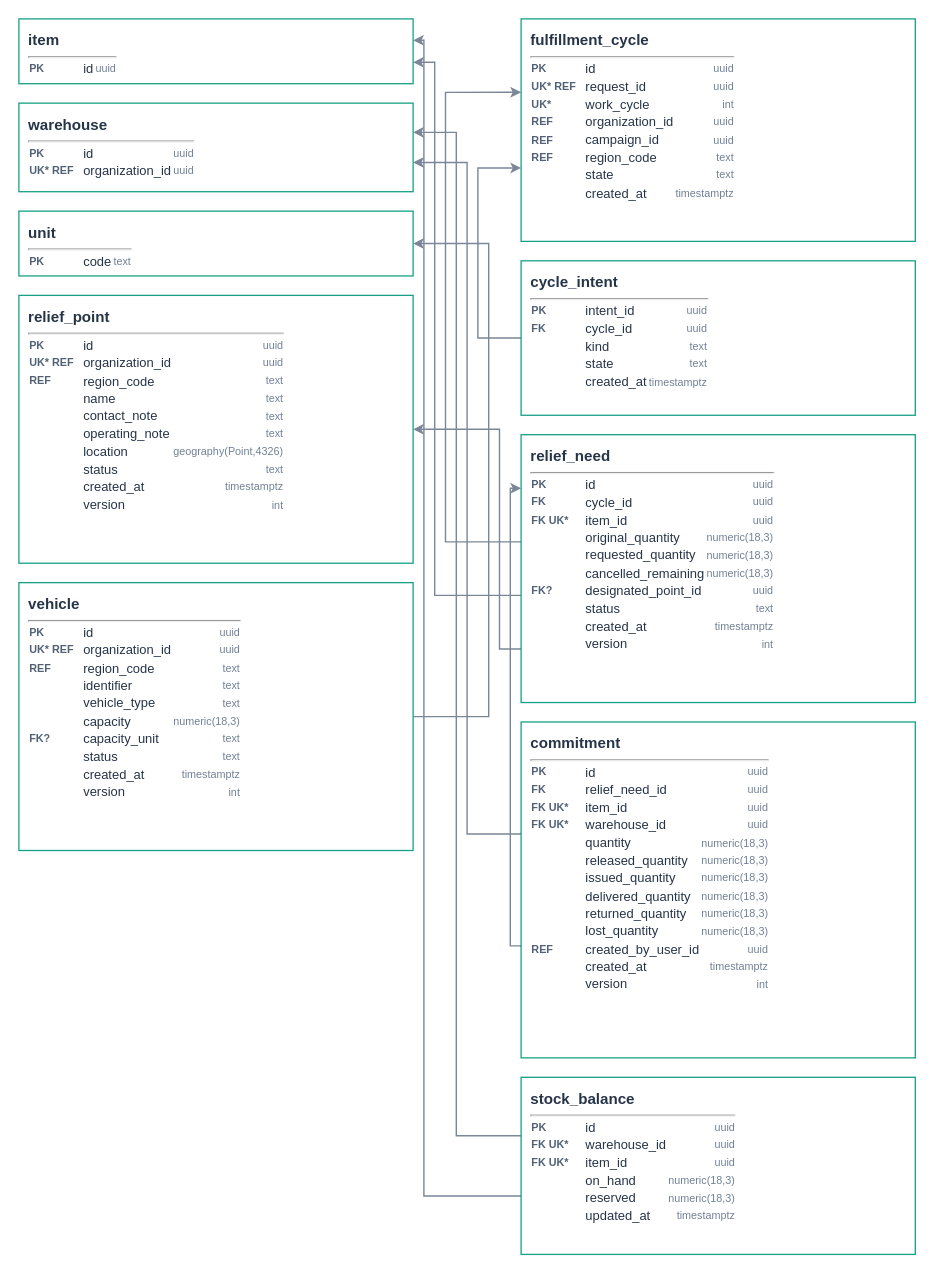
Above: docs/diagrams/erd/c48-erd-logistics-fulfillment.drawio in sangvirgo/disaster-relief-management (draw.io), before the change. Source tidied: cells renumbered, new cells numbered last; positions are measured from the earlier drawing's top-left corner, leaving out a move shared by most shapes. Both pictures are drawn from the tidied source at 108%, with x=0, y=0 at pixel (18, 18).
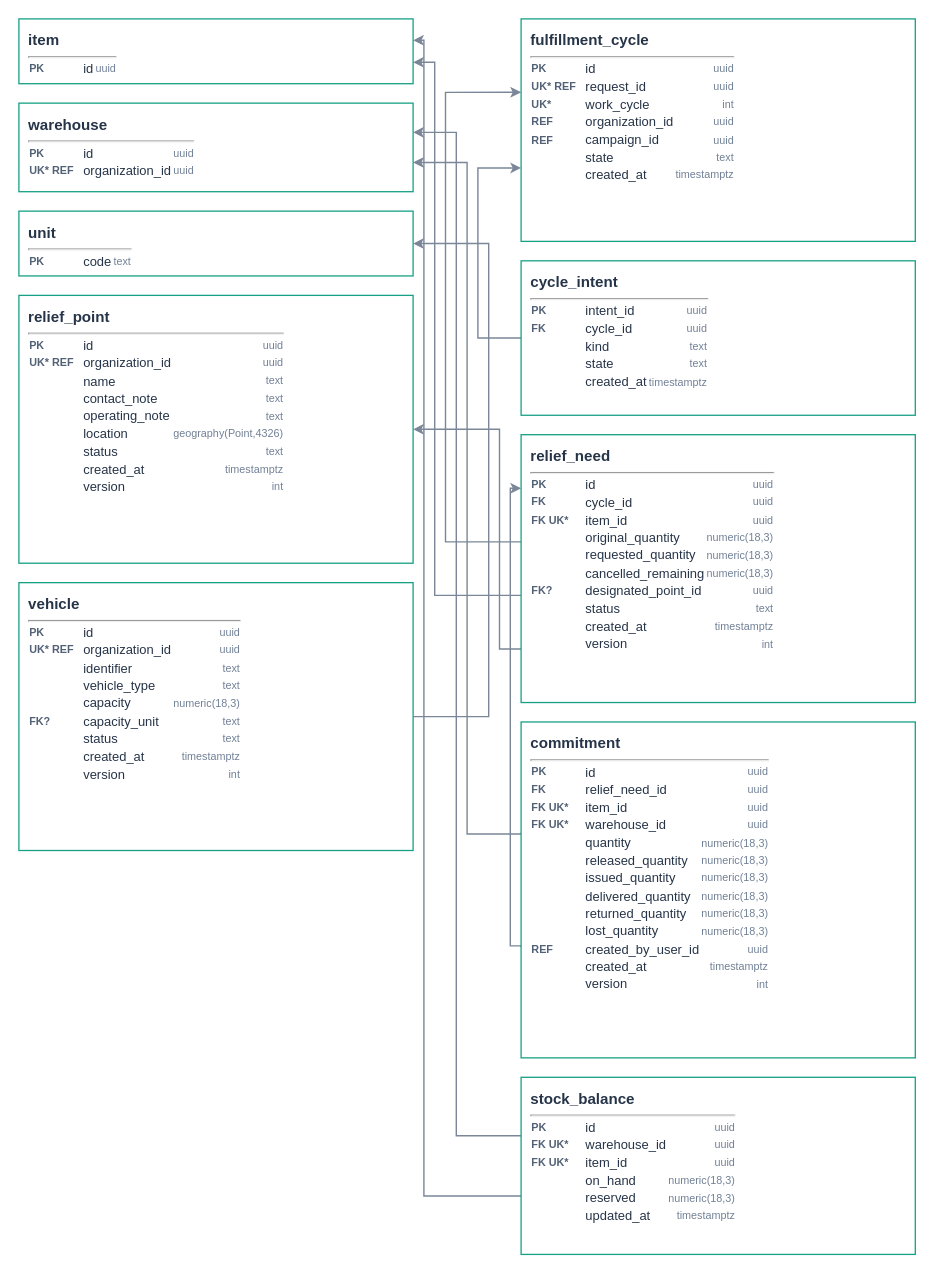
After the change.

The edit, as a diff of the source:
```diff
@@
-    <mxCell id="14" value="&lt;div style='font-weight:bold;font-size:14px;padding-bottom:4px'&gt;fulfillment_cycle&lt;/div&gt;&lt;hr style='margin:2px 0'/&gt;&lt;table style='width:100%;border-collapse:collapse'&gt;&lt;tr&gt;&lt;td style='width:48px;color:#526176;font-size:10px;font-weight:bold'&gt;PK&lt;/td&gt;&lt;td style='font-size:12px'&gt;id&lt;/td&gt;&lt;td style='text-align:right;color:#718096;font-size:10px'&gt;uuid&lt;/td&gt;&lt;/tr&gt;&lt;tr&gt;&lt;td style='width:48px;color:#526176;font-size:10px;font-weight:bold'&gt;UK* REF&lt;/td&gt;&lt;td style='font-size:12px'&gt;request_id&lt;/td&gt;&lt;td style='text-align:right;color:#718096;font-size:10px'&gt;uuid&lt;/td&gt;&lt;/tr&gt;&lt;tr&gt;&lt;td style='width:48px;color:#526176;font-size:10px;font-weight:bold'&gt;UK*&lt;/td&gt;&lt;td style='font-size:12px'&gt;work_cycle&lt;/td&gt;&lt;td style='text-align:right;color:#718096;font-size:10px'&gt;int&lt;/td&gt;&lt;/tr&gt;&lt;tr&gt;&lt;td style='width:48px;color:#526176;font-size:10px;font-weight:bold'&gt;REF&lt;/td&gt;&lt;td style='font-size:12px'&gt;organization_id&lt;/td&gt;&lt;td style='text-align:right;color:#718096;font-size:10px'&gt;uuid&lt;/td&gt;&lt;/tr&gt;&lt;tr&gt;&lt;td style='width:48px;color:#526176;font-size:10px;font-weight:bold'&gt;REF&lt;/td&gt;&lt;td style='font-size:12px'&gt;campaign_id&lt;/td&gt;&lt;td style='text-align:right;color:#718096;font-size:10px'&gt;uuid&lt;/td&gt;&lt;/tr&gt;&lt;tr&gt;&lt;td style='width:48px;color:#526176;font-size:10px;font-weight:bold'&gt;REF&lt;/td&gt;&lt;td style='font-size:12px'&gt;region_code&lt;/td&gt;&lt;td style='text-align:right;color:#718096;font-size:10px'&gt;text&lt;/td&gt;&lt;/tr&gt;&lt;tr&gt;&lt;td style='width:48px;color:#526176;font-size:10px;font-weight:bold'&gt;&lt;/td&gt;&lt;td style='font-size:12px'&gt;state&lt;/td&gt;&lt;td style='text-align:right;color:#718096;font-size:10px'&gt;text&lt;/td&gt;&lt;/tr&gt;&lt;tr&gt;&lt;td style='width:48px;color:#526176;font-size:10px;font-weight:bold'&gt;&lt;/td&gt;&lt;td style='font-size:12px'&gt;created_at&lt;/td&gt;&lt;td style='text-align:right;color:#718096;font-size:10px'&gt;timestamptz&lt;/td&gt;&lt;/tr&gt;&lt;/table&gt;" style="rounded=0;whiteSpace=wrap;html=1;align=left;verticalAlign=top;spacingLeft=7;spacingRight=7;spacingTop=5;overflow=hidden;fillColor=#FFFFFF;strokeColor=#16A085;strokeWidth=1.2;fontColor=#263448;fontSize=12;" parent="1" vertex="1">
+    <mxCell id="14" value="&lt;div style='font-weight:bold;font-size:14px;padding-bottom:4px'&gt;fulfillment_cycle&lt;/div&gt;&lt;hr style='margin:2px 0'/&gt;&lt;table style='width:100%;border-collapse:collapse'&gt;&lt;tr&gt;&lt;td style='width:48px;color:#526176;font-size:10px;font-weight:bold'&gt;PK&lt;/td&gt;&lt;td style='font-size:12px'&gt;id&lt;/td&gt;&lt;td style='text-align:right;color:#718096;font-size:10px'&gt;uuid&lt;/td&gt;&lt;/tr&gt;&lt;tr&gt;&lt;td style='width:48px;color:#526176;font-size:10px;font-weight:bold'&gt;UK* REF&lt;/td&gt;&lt;td style='font-size:12px'&gt;request_id&lt;/td&gt;&lt;td style='text-align:right;color:#718096;font-size:10px'&gt;uuid&lt;/td&gt;&lt;/tr&gt;&lt;tr&gt;&lt;td style='width:48px;color:#526176;font-size:10px;font-weight:bold'&gt;UK*&lt;/td&gt;&lt;td style='font-size:12px'&gt;work_cycle&lt;/td&gt;&lt;td style='text-align:right;color:#718096;font-size:10px'&gt;int&lt;/td&gt;&lt;/tr&gt;&lt;tr&gt;&lt;td style='width:48px;color:#526176;font-size:10px;font-weight:bold'&gt;REF&lt;/td&gt;&lt;td style='font-size:12px'&gt;organization_id&lt;/td&gt;&lt;td style='text-align:right;color:#718096;font-size:10px'&gt;uuid&lt;/td&gt;&lt;/tr&gt;&lt;tr&gt;&lt;td style='width:48px;color:#526176;font-size:10px;font-weight:bold'&gt;REF&lt;/td&gt;&lt;td style='font-size:12px'&gt;campaign_id&lt;/td&gt;&lt;td style='text-align:right;color:#718096;font-size:10px'&gt;uuid&lt;/td&gt;&lt;/tr&gt;&lt;tr&gt;&lt;td style='width:48px;color:#526176;font-size:10px;font-weight:bold'&gt;&lt;/td&gt;&lt;td style='font-size:12px'&gt;state&lt;/td&gt;&lt;td style='text-align:right;color:#718096;font-size:10px'&gt;text&lt;/td&gt;&lt;/tr&gt;&lt;tr&gt;&lt;td style='width:48px;color:#526176;font-size:10px;font-weight:bold'&gt;&lt;/td&gt;&lt;td style='font-size:12px'&gt;created_at&lt;/td&gt;&lt;td style='text-align:right;color:#718096;font-size:10px'&gt;timestamptz&lt;/td&gt;&lt;/tr&gt;&lt;/table&gt;" style="rounded=0;whiteSpace=wrap;html=1;align=left;verticalAlign=top;spacingLeft=7;spacingRight=7;spacingTop=5;overflow=hidden;fillColor=#FFFFFF;strokeColor=#16A085;strokeWidth=1.2;fontColor=#263448;fontSize=12;" parent="1" vertex="1">
       <mxGeometry x="465" width="365" height="206" as="geometry" />
     </mxCell>
@@
-    <mxCell id="19" value="&lt;div style='font-weight:bold;font-size:14px;padding-bottom:4px'&gt;relief_point&lt;/div&gt;&lt;hr style='margin:2px 0'/&gt;&lt;table style='width:100%;border-collapse:collapse'&gt;&lt;tr&gt;&lt;td style='width:48px;color:#526176;font-size:10px;font-weight:bold'&gt;PK&lt;/td&gt;&lt;td style='font-size:12px'&gt;id&lt;/td&gt;&lt;td style='text-align:right;color:#718096;font-size:10px'&gt;uuid&lt;/td&gt;&lt;/tr&gt;&lt;tr&gt;&lt;td style='width:48px;color:#526176;font-size:10px;font-weight:bold'&gt;UK* REF&lt;/td&gt;&lt;td style='font-size:12px'&gt;organization_id&lt;/td&gt;&lt;td style='text-align:right;color:#718096;font-size:10px'&gt;uuid&lt;/td&gt;&lt;/tr&gt;&lt;tr&gt;&lt;td style='width:48px;color:#526176;font-size:10px;font-weight:bold'&gt;REF&lt;/td&gt;&lt;td style='font-size:12px'&gt;region_code&lt;/td&gt;&lt;td style='text-align:right;color:#718096;font-size:10px'&gt;text&lt;/td&gt;&lt;/tr&gt;&lt;tr&gt;&lt;td style='width:48px;color:#526176;font-size:10px;font-weight:bold'&gt;&lt;/td&gt;&lt;td style='font-size:12px'&gt;name&lt;/td&gt;&lt;td style='text-align:right;color:#718096;font-size:10px'&gt;text&lt;/td&gt;&lt;/tr&gt;&lt;tr&gt;&lt;td style='width:48px;color:#526176;font-size:10px;font-weight:bold'&gt;&lt;/td&gt;&lt;td style='font-size:12px'&gt;contact_note&lt;/td&gt;&lt;td style='text-align:right;color:#718096;font-size:10px'&gt;text&lt;/td&gt;&lt;/tr&gt;&lt;tr&gt;&lt;td style='width:48px;color:#526176;font-size:10px;font-weight:bold'&gt;&lt;/td&gt;&lt;td style='font-size:12px'&gt;operating_note&lt;/td&gt;&lt;td style='text-align:right;color:#718096;font-size:10px'&gt;text&lt;/td&gt;&lt;/tr&gt;&lt;tr&gt;&lt;td style='width:48px;color:#526176;font-size:10px;font-weight:bold'&gt;&lt;/td&gt;&lt;td style='font-size:12px'&gt;location&lt;/td&gt;&lt;td style='text-align:right;color:#718096;font-size:10px'&gt;geography(Point,4326)&lt;/td&gt;&lt;/tr&gt;&lt;tr&gt;&lt;td style='width:48px;color:#526176;font-size:10px;font-weight:bold'&gt;&lt;/td&gt;&lt;td style='font-size:12px'&gt;status&lt;/td&gt;&lt;td style='text-align:right;color:#718096;font-size:10px'&gt;text&lt;/td&gt;&lt;/tr&gt;&lt;tr&gt;&lt;td style='width:48px;color:#526176;font-size:10px;font-weight:bold'&gt;&lt;/td&gt;&lt;td style='font-size:12px'&gt;created_at&lt;/td&gt;&lt;td style='text-align:right;color:#718096;font-size:10px'&gt;timestamptz&lt;/td&gt;&lt;/tr&gt;&lt;tr&gt;&lt;td style='width:48px;color:#526176;font-size:10px;font-weight:bold'&gt;&lt;/td&gt;&lt;td style='font-size:12px'&gt;version&lt;/td&gt;&lt;td style='text-align:right;color:#718096;font-size:10px'&gt;int&lt;/td&gt;&lt;/tr&gt;&lt;/table&gt;" style="rounded=0;whiteSpace=wrap;html=1;align=left;verticalAlign=top;spacingLeft=7;spacingRight=7;spacingTop=5;overflow=hidden;fillColor=#FFFFFF;strokeColor=#16A085;strokeWidth=1.2;fontColor=#263448;fontSize=12;" parent="1" vertex="1">
+    <mxCell id="19" value="&lt;div style='font-weight:bold;font-size:14px;padding-bottom:4px'&gt;relief_point&lt;/div&gt;&lt;hr style='margin:2px 0'/&gt;&lt;table style='width:100%;border-collapse:collapse'&gt;&lt;tr&gt;&lt;td style='width:48px;color:#526176;font-size:10px;font-weight:bold'&gt;PK&lt;/td&gt;&lt;td style='font-size:12px'&gt;id&lt;/td&gt;&lt;td style='text-align:right;color:#718096;font-size:10px'&gt;uuid&lt;/td&gt;&lt;/tr&gt;&lt;tr&gt;&lt;td style='width:48px;color:#526176;font-size:10px;font-weight:bold'&gt;UK* REF&lt;/td&gt;&lt;td style='font-size:12px'&gt;organization_id&lt;/td&gt;&lt;td style='text-align:right;color:#718096;font-size:10px'&gt;uuid&lt;/td&gt;&lt;/tr&gt;&lt;tr&gt;&lt;td style='width:48px;color:#526176;font-size:10px;font-weight:bold'&gt;&lt;/td&gt;&lt;td style='font-size:12px'&gt;name&lt;/td&gt;&lt;td style='text-align:right;color:#718096;font-size:10px'&gt;text&lt;/td&gt;&lt;/tr&gt;&lt;tr&gt;&lt;td style='width:48px;color:#526176;font-size:10px;font-weight:bold'&gt;&lt;/td&gt;&lt;td style='font-size:12px'&gt;contact_note&lt;/td&gt;&lt;td style='text-align:right;color:#718096;font-size:10px'&gt;text&lt;/td&gt;&lt;/tr&gt;&lt;tr&gt;&lt;td style='width:48px;color:#526176;font-size:10px;font-weight:bold'&gt;&lt;/td&gt;&lt;td style='font-size:12px'&gt;operating_note&lt;/td&gt;&lt;td style='text-align:right;color:#718096;font-size:10px'&gt;text&lt;/td&gt;&lt;/tr&gt;&lt;tr&gt;&lt;td style='width:48px;color:#526176;font-size:10px;font-weight:bold'&gt;&lt;/td&gt;&lt;td style='font-size:12px'&gt;location&lt;/td&gt;&lt;td style='text-align:right;color:#718096;font-size:10px'&gt;geography(Point,4326)&lt;/td&gt;&lt;/tr&gt;&lt;tr&gt;&lt;td style='width:48px;color:#526176;font-size:10px;font-weight:bold'&gt;&lt;/td&gt;&lt;td style='font-size:12px'&gt;status&lt;/td&gt;&lt;td style='text-align:right;color:#718096;font-size:10px'&gt;text&lt;/td&gt;&lt;/tr&gt;&lt;tr&gt;&lt;td style='width:48px;color:#526176;font-size:10px;font-weight:bold'&gt;&lt;/td&gt;&lt;td style='font-size:12px'&gt;created_at&lt;/td&gt;&lt;td style='text-align:right;color:#718096;font-size:10px'&gt;timestamptz&lt;/td&gt;&lt;/tr&gt;&lt;tr&gt;&lt;td style='width:48px;color:#526176;font-size:10px;font-weight:bold'&gt;&lt;/td&gt;&lt;td style='font-size:12px'&gt;version&lt;/td&gt;&lt;td style='text-align:right;color:#718096;font-size:10px'&gt;int&lt;/td&gt;&lt;/tr&gt;&lt;/table&gt;" style="rounded=0;whiteSpace=wrap;html=1;align=left;verticalAlign=top;spacingLeft=7;spacingRight=7;spacingTop=5;overflow=hidden;fillColor=#FFFFFF;strokeColor=#16A085;strokeWidth=1.2;fontColor=#263448;fontSize=12;" parent="1" vertex="1">
       <mxGeometry y="256" width="365" height="248" as="geometry" />
     </mxCell>
-    <mxCell id="20" value="&lt;div style='font-weight:bold;font-size:14px;padding-bottom:4px'&gt;vehicle&lt;/div&gt;&lt;hr style='margin:2px 0'/&gt;&lt;table style='width:100%;border-collapse:collapse'&gt;&lt;tr&gt;&lt;td style='width:48px;color:#526176;font-size:10px;font-weight:bold'&gt;PK&lt;/td&gt;&lt;td style='font-size:12px'&gt;id&lt;/td&gt;&lt;td style='text-align:right;color:#718096;font-size:10px'&gt;uuid&lt;/td&gt;&lt;/tr&gt;&lt;tr&gt;&lt;td style='width:48px;color:#526176;font-size:10px;font-weight:bold'&gt;UK* REF&lt;/td&gt;&lt;td style='font-size:12px'&gt;organization_id&lt;/td&gt;&lt;td style='text-align:right;color:#718096;font-size:10px'&gt;uuid&lt;/td&gt;&lt;/tr&gt;&lt;tr&gt;&lt;td style='width:48px;color:#526176;font-size:10px;font-weight:bold'&gt;REF&lt;/td&gt;&lt;td style='font-size:12px'&gt;region_code&lt;/td&gt;&lt;td style='text-align:right;color:#718096;font-size:10px'&gt;text&lt;/td&gt;&lt;/tr&gt;&lt;tr&gt;&lt;td style='width:48px;color:#526176;font-size:10px;font-weight:bold'&gt;&lt;/td&gt;&lt;td style='font-size:12px'&gt;identifier&lt;/td&gt;&lt;td style='text-align:right;color:#718096;font-size:10px'&gt;text&lt;/td&gt;&lt;/tr&gt;&lt;tr&gt;&lt;td style='width:48px;color:#526176;font-size:10px;font-weight:bold'&gt;&lt;/td&gt;&lt;td style='font-size:12px'&gt;vehicle_type&lt;/td&gt;&lt;td style='text-align:right;color:#718096;font-size:10px'&gt;text&lt;/td&gt;&lt;/tr&gt;&lt;tr&gt;&lt;td style='width:48px;color:#526176;font-size:10px;font-weight:bold'&gt;&lt;/td&gt;&lt;td style='font-size:12px'&gt;capacity&lt;/td&gt;&lt;td style='text-align:right;color:#718096;font-size:10px'&gt;numeric(18,3)&lt;/td&gt;&lt;/tr&gt;&lt;tr&gt;&lt;td style='width:48px;color:#526176;font-size:10px;font-weight:bold'&gt;FK?&lt;/td&gt;&lt;td style='font-size:12px'&gt;capacity_unit&lt;/td&gt;&lt;td style='text-align:right;color:#718096;font-size:10px'&gt;text&lt;/td&gt;&lt;/tr&gt;&lt;tr&gt;&lt;td style='width:48px;color:#526176;font-size:10px;font-weight:bold'&gt;&lt;/td&gt;&lt;td style='font-size:12px'&gt;status&lt;/td&gt;&lt;td style='text-align:right;color:#718096;font-size:10px'&gt;text&lt;/td&gt;&lt;/tr&gt;&lt;tr&gt;&lt;td style='width:48px;color:#526176;font-size:10px;font-weight:bold'&gt;&lt;/td&gt;&lt;td style='font-size:12px'&gt;created_at&lt;/td&gt;&lt;td style='text-align:right;color:#718096;font-size:10px'&gt;timestamptz&lt;/td&gt;&lt;/tr&gt;&lt;tr&gt;&lt;td style='width:48px;color:#526176;font-size:10px;font-weight:bold'&gt;&lt;/td&gt;&lt;td style='font-size:12px'&gt;version&lt;/td&gt;&lt;td style='text-align:right;color:#718096;font-size:10px'&gt;int&lt;/td&gt;&lt;/tr&gt;&lt;/table&gt;" style="rounded=0;whiteSpace=wrap;html=1;align=left;verticalAlign=top;spacingLeft=7;spacingRight=7;spacingTop=5;overflow=hidden;fillColor=#FFFFFF;strokeColor=#16A085;strokeWidth=1.2;fontColor=#263448;fontSize=12;" parent="1" vertex="1">
+    <mxCell id="20" value="&lt;div style='font-weight:bold;font-size:14px;padding-bottom:4px'&gt;vehicle&lt;/div&gt;&lt;hr style='margin:2px 0'/&gt;&lt;table style='width:100%;border-collapse:collapse'&gt;&lt;tr&gt;&lt;td style='width:48px;color:#526176;font-size:10px;font-weight:bold'&gt;PK&lt;/td&gt;&lt;td style='font-size:12px'&gt;id&lt;/td&gt;&lt;td style='text-align:right;color:#718096;font-size:10px'&gt;uuid&lt;/td&gt;&lt;/tr&gt;&lt;tr&gt;&lt;td style='width:48px;color:#526176;font-size:10px;font-weight:bold'&gt;UK* REF&lt;/td&gt;&lt;td style='font-size:12px'&gt;organization_id&lt;/td&gt;&lt;td style='text-align:right;color:#718096;font-size:10px'&gt;uuid&lt;/td&gt;&lt;/tr&gt;&lt;tr&gt;&lt;td style='width:48px;color:#526176;font-size:10px;font-weight:bold'&gt;&lt;/td&gt;&lt;td style='font-size:12px'&gt;identifier&lt;/td&gt;&lt;td style='text-align:right;color:#718096;font-size:10px'&gt;text&lt;/td&gt;&lt;/tr&gt;&lt;tr&gt;&lt;td style='width:48px;color:#526176;font-size:10px;font-weight:bold'&gt;&lt;/td&gt;&lt;td style='font-size:12px'&gt;vehicle_type&lt;/td&gt;&lt;td style='text-align:right;color:#718096;font-size:10px'&gt;text&lt;/td&gt;&lt;/tr&gt;&lt;tr&gt;&lt;td style='width:48px;color:#526176;font-size:10px;font-weight:bold'&gt;&lt;/td&gt;&lt;td style='font-size:12px'&gt;capacity&lt;/td&gt;&lt;td style='text-align:right;color:#718096;font-size:10px'&gt;numeric(18,3)&lt;/td&gt;&lt;/tr&gt;&lt;tr&gt;&lt;td style='width:48px;color:#526176;font-size:10px;font-weight:bold'&gt;FK?&lt;/td&gt;&lt;td style='font-size:12px'&gt;capacity_unit&lt;/td&gt;&lt;td style='text-align:right;color:#718096;font-size:10px'&gt;text&lt;/td&gt;&lt;/tr&gt;&lt;tr&gt;&lt;td style='width:48px;color:#526176;font-size:10px;font-weight:bold'&gt;&lt;/td&gt;&lt;td style='font-size:12px'&gt;status&lt;/td&gt;&lt;td style='text-align:right;color:#718096;font-size:10px'&gt;text&lt;/td&gt;&lt;/tr&gt;&lt;tr&gt;&lt;td style='width:48px;color:#526176;font-size:10px;font-weight:bold'&gt;&lt;/td&gt;&lt;td style='font-size:12px'&gt;created_at&lt;/td&gt;&lt;td style='text-align:right;color:#718096;font-size:10px'&gt;timestamptz&lt;/td&gt;&lt;/tr&gt;&lt;tr&gt;&lt;td style='width:48px;color:#526176;font-size:10px;font-weight:bold'&gt;&lt;/td&gt;&lt;td style='font-size:12px'&gt;version&lt;/td&gt;&lt;td style='text-align:right;color:#718096;font-size:10px'&gt;int&lt;/td&gt;&lt;/tr&gt;&lt;/table&gt;" style="rounded=0;whiteSpace=wrap;html=1;align=left;verticalAlign=top;spacingLeft=7;spacingRight=7;spacingTop=5;overflow=hidden;fillColor=#FFFFFF;strokeColor=#16A085;strokeWidth=1.2;fontColor=#263448;fontSize=12;" parent="1" vertex="1">
       <mxGeometry y="522" width="365" height="248" as="geometry" />
     </mxCell>
```
